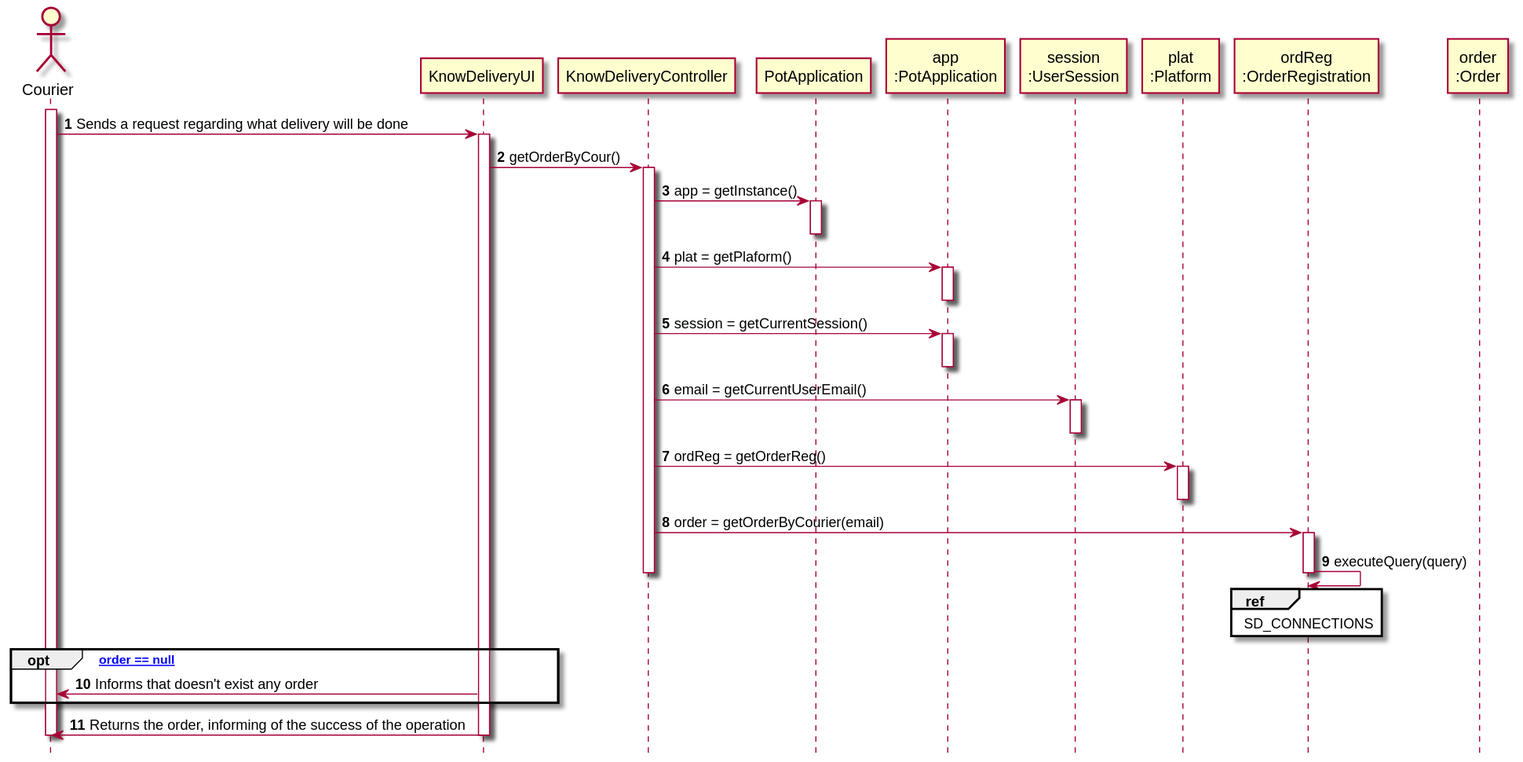
The PlantUML diagram docs/Iteration 1/Delivery Management/US48_KnowDelivery/US48_SD.svg in tiagoavcosta25/LAPR3, before a commit.
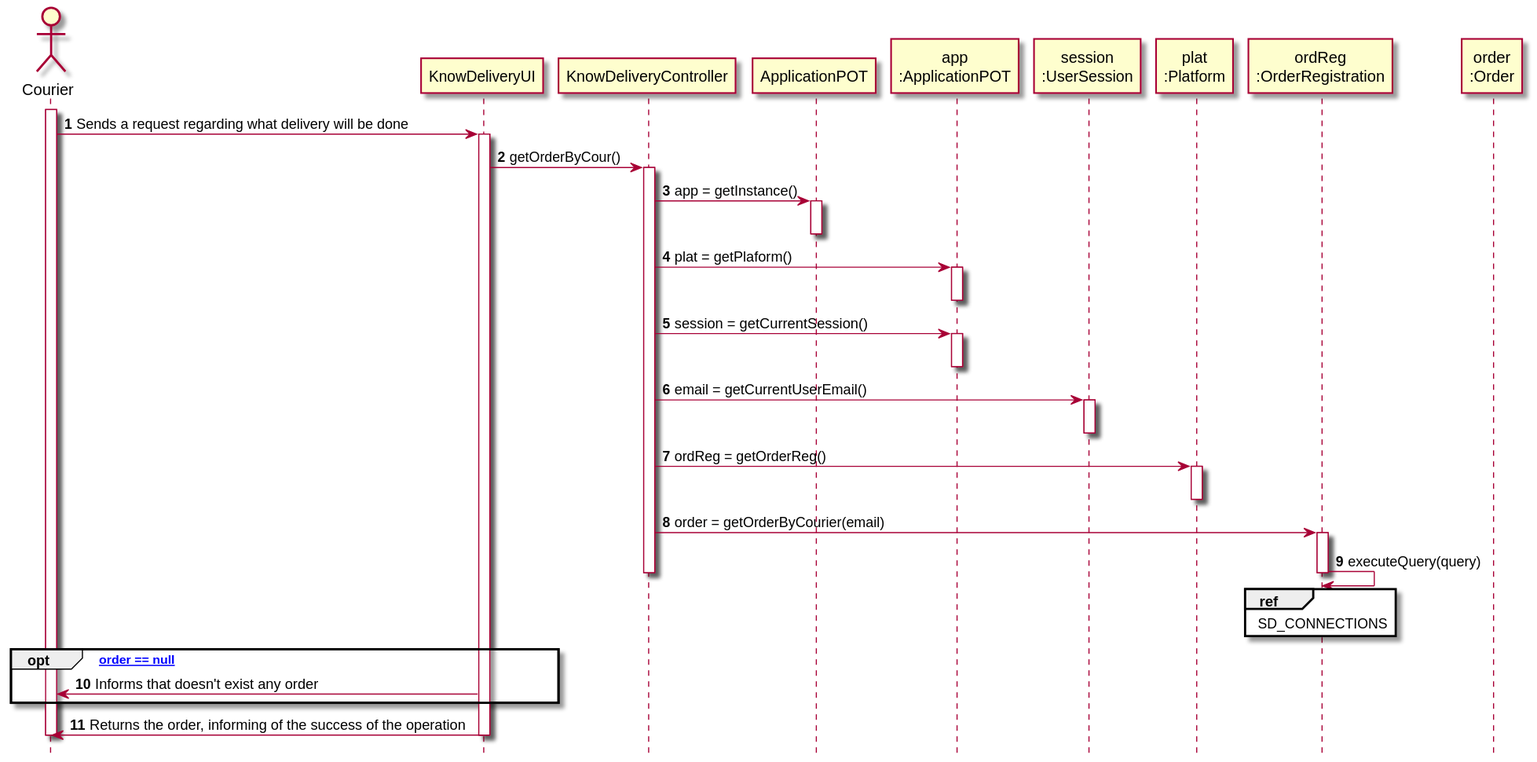
Above is the later version.

Diff of the diagram source:
```diff
@@ -6,8 +6,8 @@
 
 participant "KnowDeliveryUI" as UI
 participant "KnowDeliveryController" as CTRL
-participant "PotApplication" as _APP
-participant "app\n:PotApplication" as APP
+participant "ApplicationPOT" as _APP
+participant "app\n:ApplicationPOT" as APP
 participant "session\n:UserSession" as SESSION
 participant "plat\n:Platform" as PLAT
 participant "ordReg\n:OrderRegistration" as ORDREG
```
